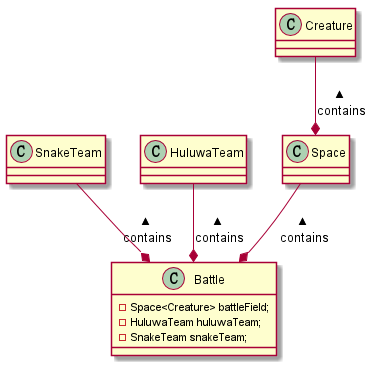
The PlantUML diagram battleUML.png in jijihuang/javamarkdownimage, before a commit.
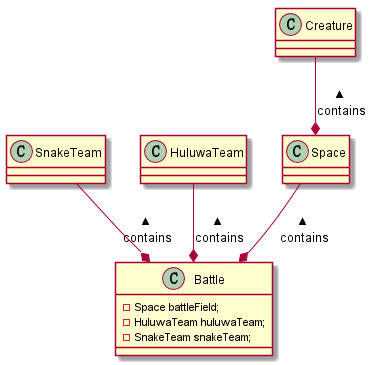
The same diagram one commit later.

The edit, as a diff of the source:
```diff
@@ -1,7 +1,7 @@
 @startuml
 
 class Battle {
-    - Space<Creature> battleField;
+    - Space battleField;
     - HuluwaTeam huluwaTeam;
     - SnakeTeam snakeTeam;
 }
```
